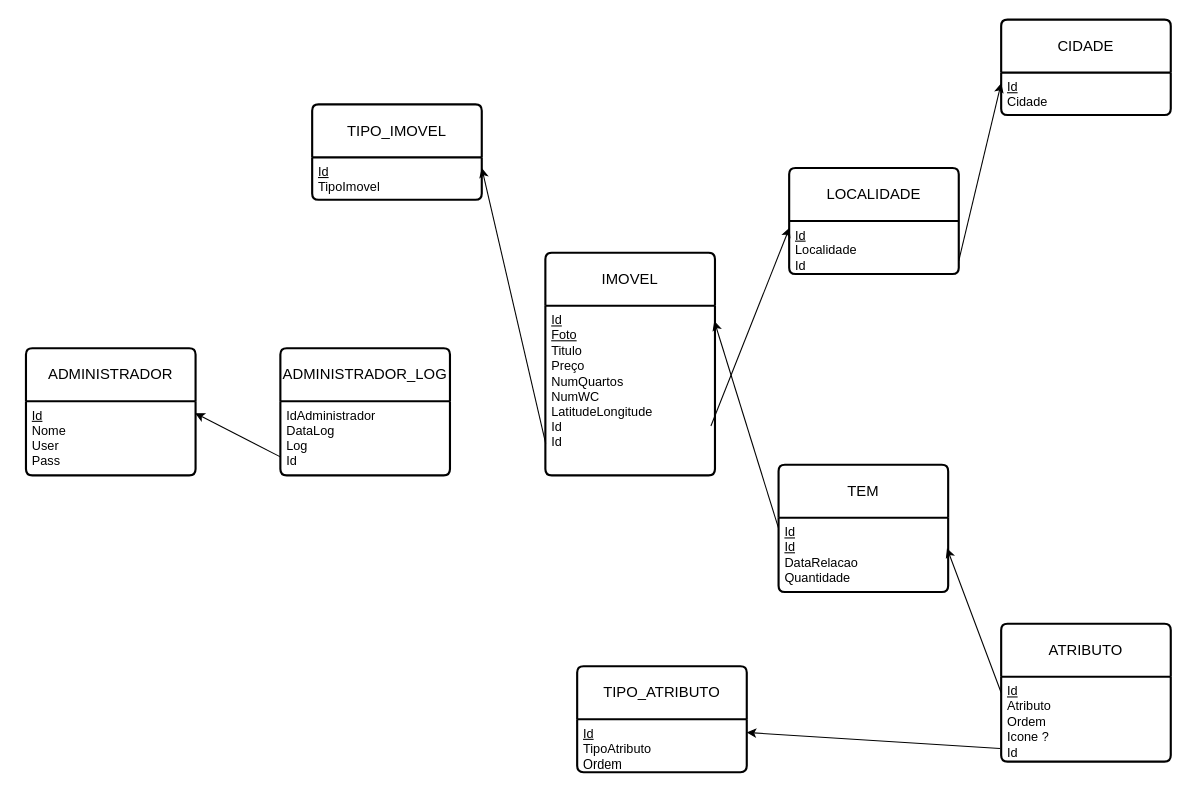
Afas09/Analise-de-Sistemas keeps this draw.io diagram as 2P-0811-TESTE-2-14622.drawio. Above is the earlier version. Source tidied: cells renumbered, new cells numbered last; positions are measured from the earlier drawing's top-left corner, leaving out a move shared by most shapes. Both pictures are drawn from the tidied source at 106%, with x=0, y=0 at pixel (25, 19).
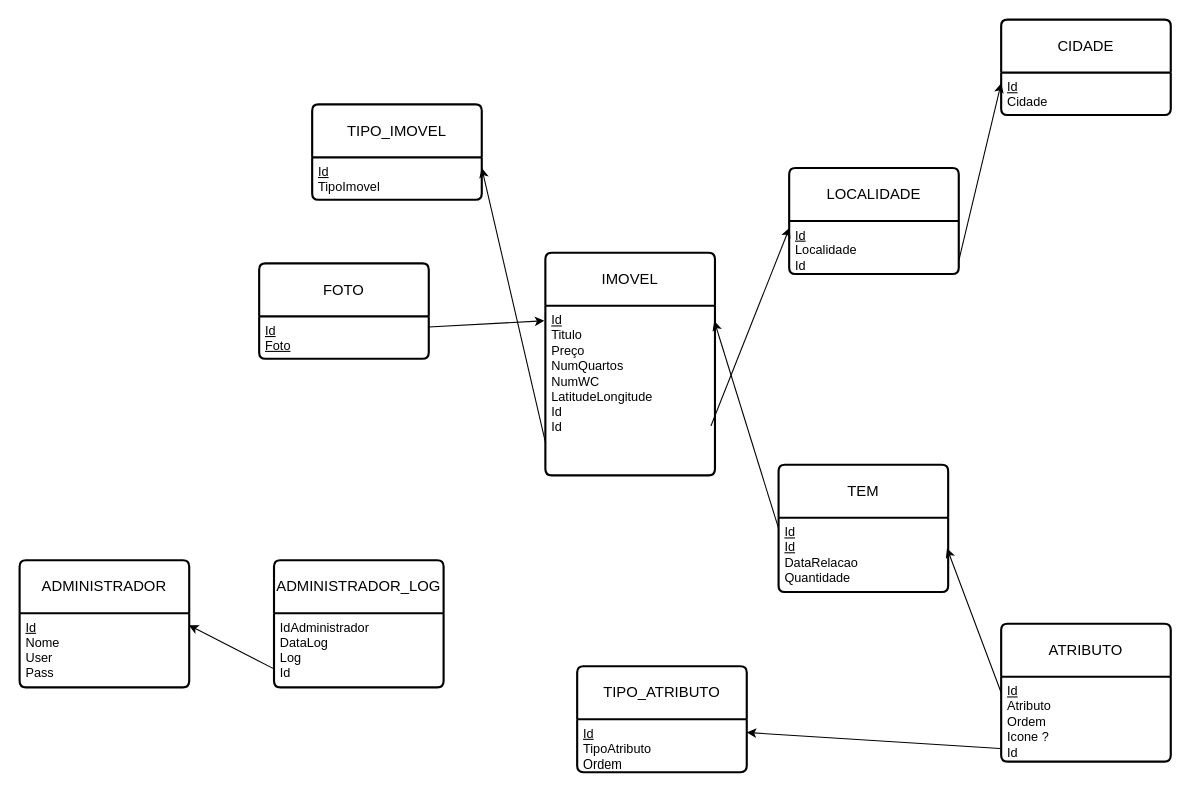
After the change.

Unchanged cells that the change refers to:
```xml
<mxCell id="4" value="IMOVEL" style="swimlane;horizontal=1;startSize=50;rounded=1;fontSize=14;fontStyle=0;strokeWidth=2;shadow=0;align=center;arcSize=4;whiteSpace=wrap;html=1;" parent="1" vertex="1">
  <mxGeometry x="490" y="220" width="160" height="210" as="geometry" />
</mxCell>
```

What changed in the source:
```diff
@@
     <mxCell id="2" value="ADMINISTRADOR_LOG" style="swimlane;horizontal=1;startSize=50;rounded=1;fontSize=14;fontStyle=0;strokeWidth=2;shadow=0;dashed=0;align=center;arcSize=4;whiteSpace=wrap;html=1;" parent="1" vertex="1">
-      <mxGeometry x="240" y="310" width="160" height="120" as="geometry" />
+      <mxGeometry x="234" y="510" width="160" height="120" as="geometry" />
     </mxCell>
@@
-    <mxCell id="5" value="&lt;u&gt;Id&lt;/u&gt;&lt;div&gt;&lt;u&gt;Foto&lt;br&gt;&lt;/u&gt;&lt;div&gt;Titulo&lt;/div&gt;&lt;div&gt;Preço&lt;/div&gt;&lt;div&gt;NumQuartos&lt;/div&gt;&lt;div&gt;NumWC&lt;/div&gt;&lt;div&gt;LatitudeLongitude&lt;/div&gt;&lt;/div&gt;&lt;div&gt;Id&lt;/div&gt;&lt;div&gt;Id&lt;/div&gt;" style="align=left;strokeColor=none;fillColor=none;spacingLeft=4;spacingRight=4;fontSize=12;verticalAlign=top;html=1;whiteSpace=wrap;" parent="4" vertex="1">
+    <mxCell id="5" value="&lt;u&gt;Id&lt;/u&gt;&lt;div&gt;&lt;div&gt;Titulo&lt;/div&gt;&lt;div&gt;Preço&lt;/div&gt;&lt;div&gt;NumQuartos&lt;/div&gt;&lt;div&gt;NumWC&lt;/div&gt;&lt;div&gt;LatitudeLongitude&lt;/div&gt;&lt;/div&gt;&lt;div&gt;Id&lt;/div&gt;&lt;div&gt;Id&lt;/div&gt;" style="align=left;strokeColor=none;fillColor=none;spacingLeft=4;spacingRight=4;fontSize=12;verticalAlign=top;html=1;whiteSpace=wrap;" parent="4" vertex="1">
       <mxGeometry y="50" width="160" height="160" as="geometry" />
     </mxCell>
@@
     <mxCell id="16" value="ADMINISTRADOR" style="swimlane;horizontal=1;startSize=50;rounded=1;fontSize=14;fontStyle=0;strokeWidth=2;shadow=0;dashed=0;align=center;arcSize=4;whiteSpace=wrap;html=1;" parent="1" vertex="1">
-      <mxGeometry y="310" width="160" height="120" as="geometry" />
+      <mxGeometry x="-6" y="510" width="160" height="120" as="geometry" />
     </mxCell>
@@
+    <mxCell id="27" value="FOTO" style="swimlane;horizontal=1;startSize=50;rounded=1;fontSize=14;fontStyle=0;strokeWidth=2;shadow=0;align=center;arcSize=4;whiteSpace=wrap;html=1;" parent="1" vertex="1">
+      <mxGeometry x="220" y="230" width="160" height="90" as="geometry" />
+    </mxCell>
+    <mxCell id="28" value="&lt;u&gt;Id&lt;/u&gt;&lt;div&gt;&lt;u&gt;Foto&lt;/u&gt;&lt;/div&gt;" style="align=left;strokeColor=none;fillColor=none;spacingLeft=4;spacingRight=4;fontSize=12;verticalAlign=top;html=1;whiteSpace=wrap;" parent="27" vertex="1">
+      <mxGeometry y="50" width="160" height="40" as="geometry" />
+    </mxCell>
+    <mxCell id="29" style="endArrow=classic;html=1;rounded=0;exitX=1;exitY=0.25;exitDx=0;exitDy=0;entryX=-0.006;entryY=0.088;entryDx=0;entryDy=0;entryPerimeter=0;" parent="1" edge="1" source="28" target="5">
+      <mxGeometry relative="1" as="geometry" />
+    </mxCell>
```
